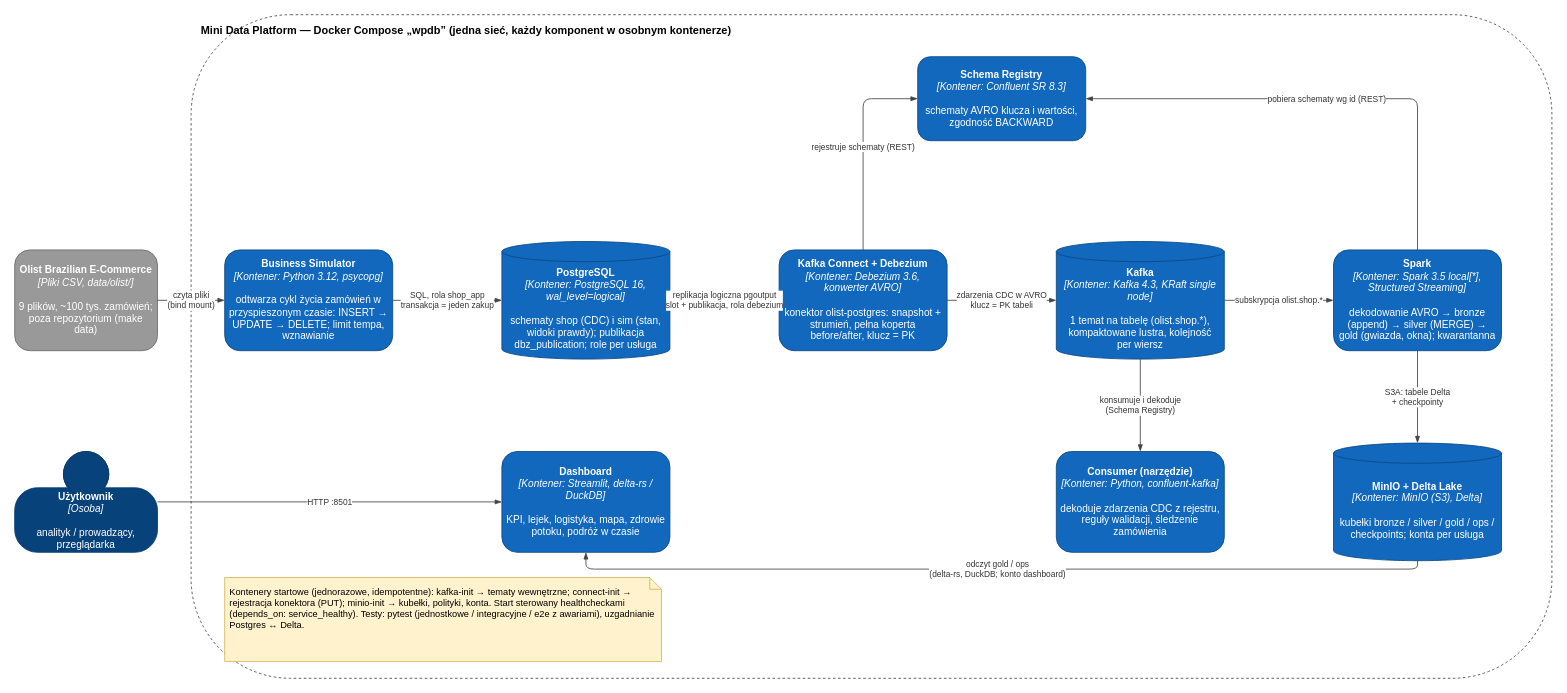
oszypczy/wpdb-data-platform keeps this draw.io diagram as docs/design/architecture.drawio. Above is the earlier version. Source tidied: cells renumbered, new cells numbered last; positions are measured from the earlier drawing's top-left corner, leaving out a move shared by most shapes. Both pictures are drawn from the tidied source at 84%, with x=0, y=0 at pixel (14, 14).
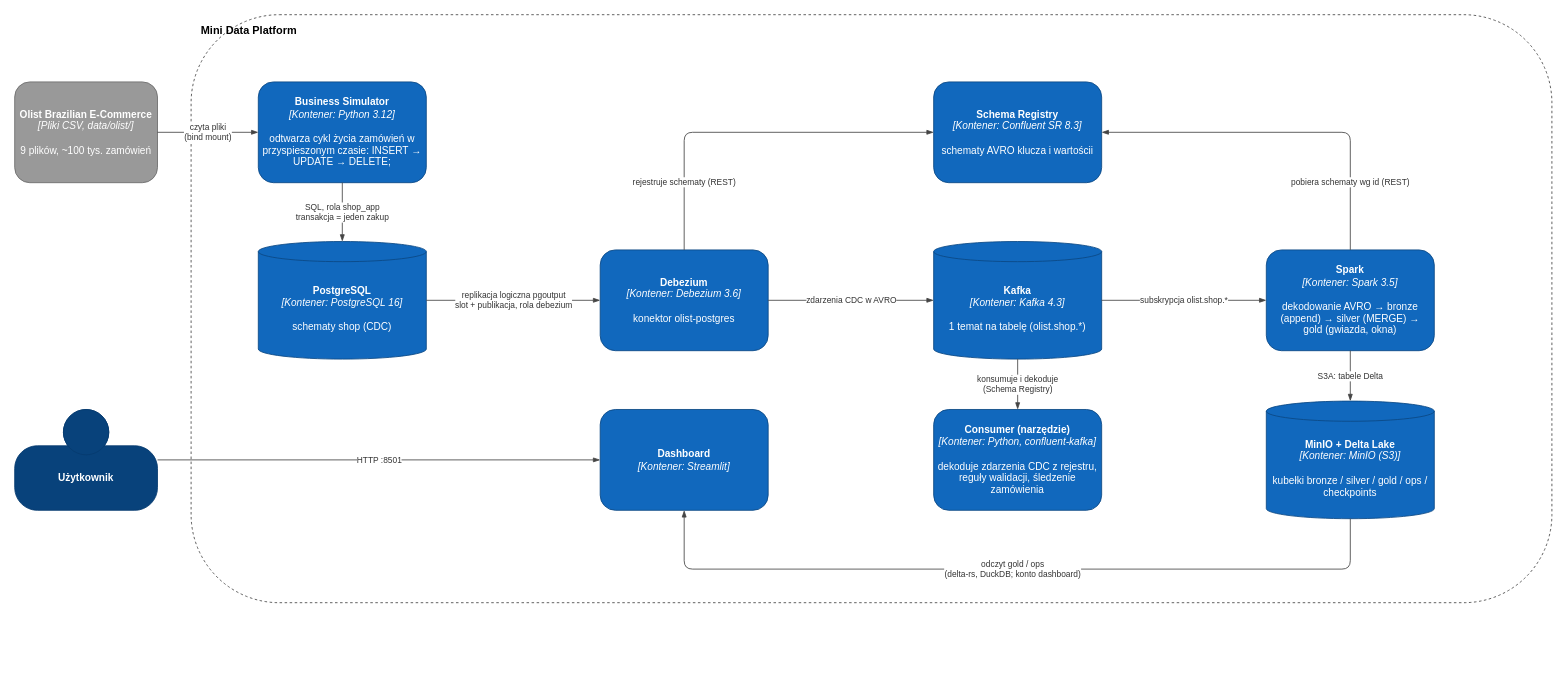
The same diagram, later.

Commit message (it also covers changes not shown here):
Simplify the C4 container diagram and re-export the PNG

Diff of the diagram source:
```diff
@@
-    <mxCell id="2" value="Mini Data Platform — Docker Compose „wpdb” (jedna sieć, każdy komponent w osobnym kontenerze)" style="rounded=1;whiteSpace=wrap;html=1;dashed=1;fillColor=none;strokeColor=#444444;align=left;verticalAlign=top;fontStyle=1;fontSize=13;spacingLeft=10;spacingTop=4;" parent="1" vertex="1">
-      <mxGeometry x="210" width="1620" height="790" as="geometry" />
+    <mxCell id="2" value="Mini Data Platform" style="rounded=1;whiteSpace=wrap;html=1;dashed=1;fillColor=none;strokeColor=#444444;align=left;verticalAlign=top;fontStyle=1;fontSize=13;spacingLeft=10;spacingTop=4;" parent="1" vertex="1">
+      <mxGeometry x="210" width="1620" height="700" as="geometry" />
     </mxCell>
-    <mxCell id="3" value="&lt;b&gt;Olist Brazilian E-Commerce&lt;/b&gt;&lt;br&gt;&lt;i&gt;[Pliki CSV, data/olist/]&lt;/i&gt;&lt;br&gt;&lt;br&gt;9 plików, ~100 tys. zamówień; poza repozytorium (make data)" style="rounded=1;whiteSpace=wrap;html=1;fillColor=#999999;strokeColor=#6B6B6B;fontColor=#FFFFFF;align=center;verticalAlign=middle;spacing=6;" parent="1" vertex="1">
-      <mxGeometry y="280" width="170" height="120" as="geometry" />
+    <mxCell id="3" value="&lt;b&gt;Olist Brazilian E-Commerce&lt;/b&gt;&lt;br&gt;&lt;i&gt;[Pliki CSV, data/olist/]&lt;/i&gt;&lt;br&gt;&lt;br&gt;9 plików, ~100 tys. zamówień" style="rounded=1;whiteSpace=wrap;html=1;fillColor=#999999;strokeColor=#6B6B6B;fontColor=#FFFFFF;align=center;verticalAlign=middle;spacing=6;" parent="1" vertex="1">
+      <mxGeometry y="80" width="170" height="120" as="geometry" />
     </mxCell>
-    <mxCell id="4" value="&lt;b&gt;Użytkownik&lt;/b&gt;&lt;br&gt;&lt;i&gt;[Osoba]&lt;/i&gt;&lt;br&gt;&lt;br&gt;analityk / prowadzący, przeglądarka" style="shape=mxgraph.c4.person2;whiteSpace=wrap;html=1;fillColor=#08427B;strokeColor=#073B6F;fontColor=#FFFFFF;align=center;spacing=6;" parent="1" vertex="1">
-      <mxGeometry y="520" width="170" height="120" as="geometry" />
+    <mxCell id="4" value="&lt;b&gt;Użytkownik&lt;/b&gt;" style="shape=mxgraph.c4.person2;whiteSpace=wrap;html=1;fillColor=#08427B;strokeColor=#073B6F;fontColor=#FFFFFF;align=center;spacing=6;" parent="1" vertex="1">
+      <mxGeometry y="470" width="170" height="120" as="geometry" />
     </mxCell>
-    <mxCell id="5" value="&lt;b&gt;Business Simulator&lt;/b&gt;&lt;br&gt;&lt;i&gt;[Kontener: Python 3.12, psycopg]&lt;/i&gt;&lt;br&gt;&lt;br&gt;odtwarza cykl życia zamówień w przyspieszonym czasie: INSERT → UPDATE → DELETE; limit tempa, wznawianie" style="rounded=1;whiteSpace=wrap;html=1;fillColor=#1168BD;strokeColor=#0B4884;fontColor=#FFFFFF;align=center;verticalAlign=middle;spacing=6;" parent="1" vertex="1">
-      <mxGeometry x="250" y="280" width="200" height="120" as="geometry" />
+    <mxCell id="5" value="&lt;b&gt;Business Simulator&lt;/b&gt;&lt;br&gt;&lt;i&gt;[Kontener: Python 3.12]&lt;/i&gt;&lt;br&gt;&lt;br&gt;odtwarza cykl życia zamówień w przyspieszonym czasie: INSERT → UPDATE → DELETE;" style="rounded=1;whiteSpace=wrap;html=1;fillColor=#1168BD;strokeColor=#0B4884;fontColor=#FFFFFF;align=center;verticalAlign=middle;spacing=6;" parent="1" vertex="1">
+      <mxGeometry x="290" y="80" width="200" height="120" as="geometry" />
     </mxCell>
-    <mxCell id="6" value="&lt;b&gt;PostgreSQL&lt;/b&gt;&lt;br&gt;&lt;i&gt;[Kontener: PostgreSQL 16, wal_level=logical]&lt;/i&gt;&lt;br&gt;&lt;br&gt;schematy shop (CDC) i sim (stan, widoki prawdy); publikacja dbz_publication; role per usługa" style="shape=cylinder3;whiteSpace=wrap;html=1;boundedLbl=1;backgroundOutline=1;size=12;fillColor=#1168BD;strokeColor=#0B4884;fontColor=#FFFFFF;align=center;spacing=6;" parent="1" vertex="1">
-      <mxGeometry x="580" y="270" width="200" height="140" as="geometry" />
+    <mxCell id="6" value="&lt;b&gt;PostgreSQL&lt;/b&gt;&lt;br&gt;&lt;i&gt;[Kontener: PostgreSQL 16]&lt;/i&gt;&lt;br&gt;&lt;br&gt;schematy shop (CDC)" style="shape=cylinder3;whiteSpace=wrap;html=1;boundedLbl=1;backgroundOutline=1;size=12;fillColor=#1168BD;strokeColor=#0B4884;fontColor=#FFFFFF;align=center;spacing=6;" parent="1" vertex="1">
+      <mxGeometry x="290" y="270" width="200" height="140" as="geometry" />
     </mxCell>
-    <mxCell id="7" value="&lt;b&gt;Kafka Connect + Debezium&lt;/b&gt;&lt;br&gt;&lt;i&gt;[Kontener: Debezium 3.6, konwerter AVRO]&lt;/i&gt;&lt;br&gt;&lt;br&gt;konektor olist-postgres: snapshot + strumień, pełna koperta before/after, klucz = PK" style="rounded=1;whiteSpace=wrap;html=1;fillColor=#1168BD;strokeColor=#0B4884;fontColor=#FFFFFF;align=center;verticalAlign=middle;spacing=6;" parent="1" vertex="1">
-      <mxGeometry x="910" y="280" width="200" height="120" as="geometry" />
+    <mxCell id="7" value="&lt;b&gt;Debezium&lt;/b&gt;&lt;br&gt;&lt;i&gt;[Kontener: Debezium 3.6]&lt;/i&gt;&lt;br&gt;&lt;br&gt;konektor olist-postgres" style="rounded=1;whiteSpace=wrap;html=1;fillColor=#1168BD;strokeColor=#0B4884;fontColor=#FFFFFF;align=center;verticalAlign=middle;spacing=6;" parent="1" vertex="1">
+      <mxGeometry x="697" y="280" width="200" height="120" as="geometry" />
     </mxCell>
-    <mxCell id="8" value="&lt;b&gt;Kafka&lt;/b&gt;&lt;br&gt;&lt;i&gt;[Kontener: Kafka 4.3, KRaft single node]&lt;/i&gt;&lt;br&gt;&lt;br&gt;1 temat na tabelę (olist.shop.*), kompaktowane lustra, kolejność per wiersz" style="shape=cylinder3;whiteSpace=wrap;html=1;boundedLbl=1;backgroundOutline=1;size=12;fillColor=#1168BD;strokeColor=#0B4884;fontColor=#FFFFFF;align=center;spacing=6;" parent="1" vertex="1">
-      <mxGeometry x="1240" y="270" width="200" height="140" as="geometry" />
+    <mxCell id="8" value="&lt;b&gt;Kafka&lt;/b&gt;&lt;br&gt;&lt;i&gt;[Kontener: Kafka 4.3]&lt;/i&gt;&lt;br&gt;&lt;br&gt;1 temat na tabelę (olist.shop.*)" style="shape=cylinder3;whiteSpace=wrap;html=1;boundedLbl=1;backgroundOutline=1;size=12;fillColor=#1168BD;strokeColor=#0B4884;fontColor=#FFFFFF;align=center;spacing=6;" parent="1" vertex="1">
+      <mxGeometry x="1094" y="270" width="200" height="140" as="geometry" />
     </mxCell>
-    <mxCell id="9" value="&lt;b&gt;Schema Registry&lt;/b&gt;&lt;br&gt;&lt;i&gt;[Kontener: Confluent SR 8.3]&lt;/i&gt;&lt;br&gt;&lt;br&gt;schematy AVRO klucza i wartości, zgodność BACKWARD" style="rounded=1;whiteSpace=wrap;html=1;fillColor=#1168BD;strokeColor=#0B4884;fontColor=#FFFFFF;align=center;verticalAlign=middle;spacing=6;" parent="1" vertex="1">
-      <mxGeometry x="1075" y="50" width="200" height="100" as="geometry" />
+    <mxCell id="9" value="&lt;b&gt;Schema Registry&lt;/b&gt;&lt;br&gt;&lt;i&gt;[Kontener: Confluent SR 8.3]&lt;/i&gt;&lt;br&gt;&lt;br&gt;schematy AVRO klucza i wartościi" style="rounded=1;whiteSpace=wrap;html=1;fillColor=#1168BD;strokeColor=#0B4884;fontColor=#FFFFFF;align=center;verticalAlign=middle;spacing=6;" parent="1" vertex="1">
+      <mxGeometry x="1094" y="80" width="200" height="120" as="geometry" />
     </mxCell>
-    <mxCell id="10" value="&lt;b&gt;Spark&lt;/b&gt;&lt;br&gt;&lt;i&gt;[Kontener: Spark 3.5 local[*], Structured Streaming]&lt;/i&gt;&lt;br&gt;&lt;br&gt;dekodowanie AVRO → bronze (append) → silver (MERGE) → gold (gwiazda, okna); kwarantanna" style="rounded=1;whiteSpace=wrap;html=1;fillColor=#1168BD;strokeColor=#0B4884;fontColor=#FFFFFF;align=center;verticalAlign=middle;spacing=6;" parent="1" vertex="1">
-      <mxGeometry x="1570" y="280" width="200" height="120" as="geometry" />
+    <mxCell id="10" value="&lt;b&gt;Spark&lt;/b&gt;&lt;br&gt;&lt;i&gt;[Kontener: Spark 3.5]&lt;/i&gt;&lt;br&gt;&lt;br&gt;dekodowanie AVRO → bronze (append) → silver (MERGE) → gold (gwiazda, okna)" style="rounded=1;whiteSpace=wrap;html=1;fillColor=#1168BD;strokeColor=#0B4884;fontColor=#FFFFFF;align=center;verticalAlign=middle;spacing=6;" parent="1" vertex="1">
+      <mxGeometry x="1490" y="280" width="200" height="120" as="geometry" />
     </mxCell>
-    <mxCell id="11" value="&lt;b&gt;MinIO + Delta Lake&lt;/b&gt;&lt;br&gt;&lt;i&gt;[Kontener: MinIO (S3), Delta]&lt;/i&gt;&lt;br&gt;&lt;br&gt;kubełki bronze / silver / gold / ops / checkpoints; konta per usługa" style="shape=cylinder3;whiteSpace=wrap;html=1;boundedLbl=1;backgroundOutline=1;size=12;fillColor=#1168BD;strokeColor=#0B4884;fontColor=#FFFFFF;align=center;spacing=6;" parent="1" vertex="1">
-      <mxGeometry x="1570" y="510" width="200" height="140" as="geometry" />
+    <mxCell id="11" value="&lt;b&gt;MinIO + Delta Lake&lt;/b&gt;&lt;br&gt;&lt;i&gt;[Kontener: MinIO (S3)]&lt;/i&gt;&lt;br&gt;&lt;br&gt;kubełki bronze / silver / gold / ops / checkpoints" style="shape=cylinder3;whiteSpace=wrap;html=1;boundedLbl=1;backgroundOutline=1;size=12;fillColor=#1168BD;strokeColor=#0B4884;fontColor=#FFFFFF;align=center;spacing=6;" parent="1" vertex="1">
+      <mxGeometry x="1490" y="460" width="200" height="140" as="geometry" />
     </mxCell>
-    <mxCell id="12" value="&lt;b&gt;Dashboard&lt;/b&gt;&lt;br&gt;&lt;i&gt;[Kontener: Streamlit, delta-rs / DuckDB]&lt;/i&gt;&lt;br&gt;&lt;br&gt;KPI, lejek, logistyka, mapa, zdrowie potoku, podróż w czasie" style="rounded=1;whiteSpace=wrap;html=1;fillColor=#1168BD;strokeColor=#0B4884;fontColor=#FFFFFF;align=center;verticalAlign=middle;spacing=6;" parent="1" vertex="1">
-      <mxGeometry x="580" y="520" width="200" height="120" as="geometry" />
+    <mxCell id="12" value="&lt;b&gt;Dashboard&lt;/b&gt;&lt;br&gt;&lt;i&gt;[Kontener: Streamlit]&lt;/i&gt;" style="rounded=1;whiteSpace=wrap;html=1;fillColor=#1168BD;strokeColor=#0B4884;fontColor=#FFFFFF;align=center;verticalAlign=middle;spacing=6;" parent="1" vertex="1">
+      <mxGeometry x="697" y="470" width="200" height="120" as="geometry" />
     </mxCell>
     <mxCell id="13" value="&lt;b&gt;Consumer (narzędzie)&lt;/b&gt;&lt;br&gt;&lt;i&gt;[Kontener: Python, confluent-kafka]&lt;/i&gt;&lt;br&gt;&lt;br&gt;dekoduje zdarzenia CDC z rejestru, reguły walidacji, śledzenie zamówienia" style="rounded=1;whiteSpace=wrap;html=1;fillColor=#1168BD;strokeColor=#0B4884;fontColor=#FFFFFF;align=center;verticalAlign=middle;spacing=6;" parent="1" vertex="1">
-      <mxGeometry x="1240" y="520" width="200" height="120" as="geometry" />
+      <mxGeometry x="1094" y="470" width="200" height="120" as="geometry" />
     </mxCell>
-    <mxCell id="14" value="Kontenery startowe (jednorazowe, idempotentne): kafka-init → tematy wewnętrzne; connect-init → rejestracja konektora (PUT); minio-init → kubełki, polityki, konta. Start sterowany healthcheckami (depends_on: service_healthy). Testy: pytest (jednostkowe / integracyjne / e2e z awariami), uzgadnianie Postgres ↔ Delta." style="shape=note;whiteSpace=wrap;html=1;size=14;fillColor=#FFF2CC;strokeColor=#D6B656;align=left;verticalAlign=top;spacing=6;fontSize=11;" parent="1" vertex="1">
-      <mxGeometry x="250" y="670" width="520" height="100" as="geometry" />
-    </mxCell>
@@
-    <mxCell id="18" value="zdarzenia CDC w AVRO&lt;br&gt;klucz = PK tabeli" style="edgeStyle=orthogonalEdgeStyle;rounded=1;jettySize=auto;html=1;strokeColor=#444444;fontColor=#333333;fontSize=10;labelBackgroundColor=#FFFFFF;endArrow=blockThin;endFill=1;" parent="1" edge="1" source="7" target="8">
+    <mxCell id="18" value="zdarzenia CDC w AVRO" style="edgeStyle=orthogonalEdgeStyle;rounded=1;jettySize=auto;html=1;strokeColor=#444444;fontColor=#333333;fontSize=10;labelBackgroundColor=#FFFFFF;endArrow=blockThin;endFill=1;" parent="1" edge="1" source="7" target="8">
       <mxGeometry relative="1" as="geometry" />
     </mxCell>
     <mxCell id="19" value="rejestruje schematy (REST)" style="edgeStyle=orthogonalEdgeStyle;rounded=1;jettySize=auto;html=1;strokeColor=#444444;fontColor=#333333;fontSize=10;labelBackgroundColor=#FFFFFF;endArrow=blockThin;endFill=1;exitX=0.5;exitY=0;exitDx=0;exitDy=0;entryX=0;entryY=0.5;entryDx=0;entryDy=0;" parent="1" edge="1" source="7" target="9">
-      <mxGeometry relative="1" as="geometry" />
+      <mxGeometry x="-0.63" relative="1" as="geometry" />
     </mxCell>
@@
     <mxCell id="21" value="pobiera schematy wg id (REST)" style="edgeStyle=orthogonalEdgeStyle;rounded=1;jettySize=auto;html=1;strokeColor=#444444;fontColor=#333333;fontSize=10;labelBackgroundColor=#FFFFFF;endArrow=blockThin;endFill=1;exitX=0.5;exitY=0;exitDx=0;exitDy=0;entryX=1;entryY=0.5;entryDx=0;entryDy=0;" parent="1" edge="1" source="10" target="9">
-      <mxGeometry relative="1" as="geometry" />
+      <mxGeometry x="-0.63" relative="1" as="geometry" />
     </mxCell>
-    <mxCell id="22" value="S3A: tabele Delta&lt;br&gt;+ checkpointy" style="edgeStyle=orthogonalEdgeStyle;rounded=1;jettySize=auto;html=1;strokeColor=#444444;fontColor=#333333;fontSize=10;labelBackgroundColor=#FFFFFF;endArrow=blockThin;endFill=1;exitX=0.5;exitY=1;exitDx=0;exitDy=0;entryX=0.5;entryY=0;entryDx=0;entryDy=0;" parent="1" edge="1" source="10" target="11">
+    <mxCell id="22" value="S3A: tabele Delta" style="edgeStyle=orthogonalEdgeStyle;rounded=1;jettySize=auto;html=1;strokeColor=#444444;fontColor=#333333;fontSize=10;labelBackgroundColor=#FFFFFF;endArrow=blockThin;endFill=1;exitX=0.5;exitY=1;exitDx=0;exitDy=0;entryX=0.5;entryY=0;entryDx=0;entryDy=0;" parent="1" edge="1" source="10" target="11">
       <mxGeometry relative="1" as="geometry" />
     </mxCell>
     <mxCell id="23" value="odczyt gold / ops&lt;br&gt;(delta-rs, DuckDB; konto dashboard)" style="edgeStyle=orthogonalEdgeStyle;rounded=1;jettySize=auto;html=1;strokeColor=#444444;fontColor=#333333;fontSize=10;labelBackgroundColor=#FFFFFF;endArrow=blockThin;endFill=1;exitX=0.5;exitY=1;exitDx=0;exitDy=0;entryX=0.5;entryY=1;entryDx=0;entryDy=0;" parent="1" edge="1" source="11" target="12">
       <mxGeometry relative="1" as="geometry">
         <Array as="points">
-          <mxPoint x="1670" y="660" />
-          <mxPoint x="680" y="660" />
+          <mxPoint x="1590" y="660" />
+          <mxPoint x="797" y="660" />
         </Array>
       </mxGeometry>
     </mxCell>
```
